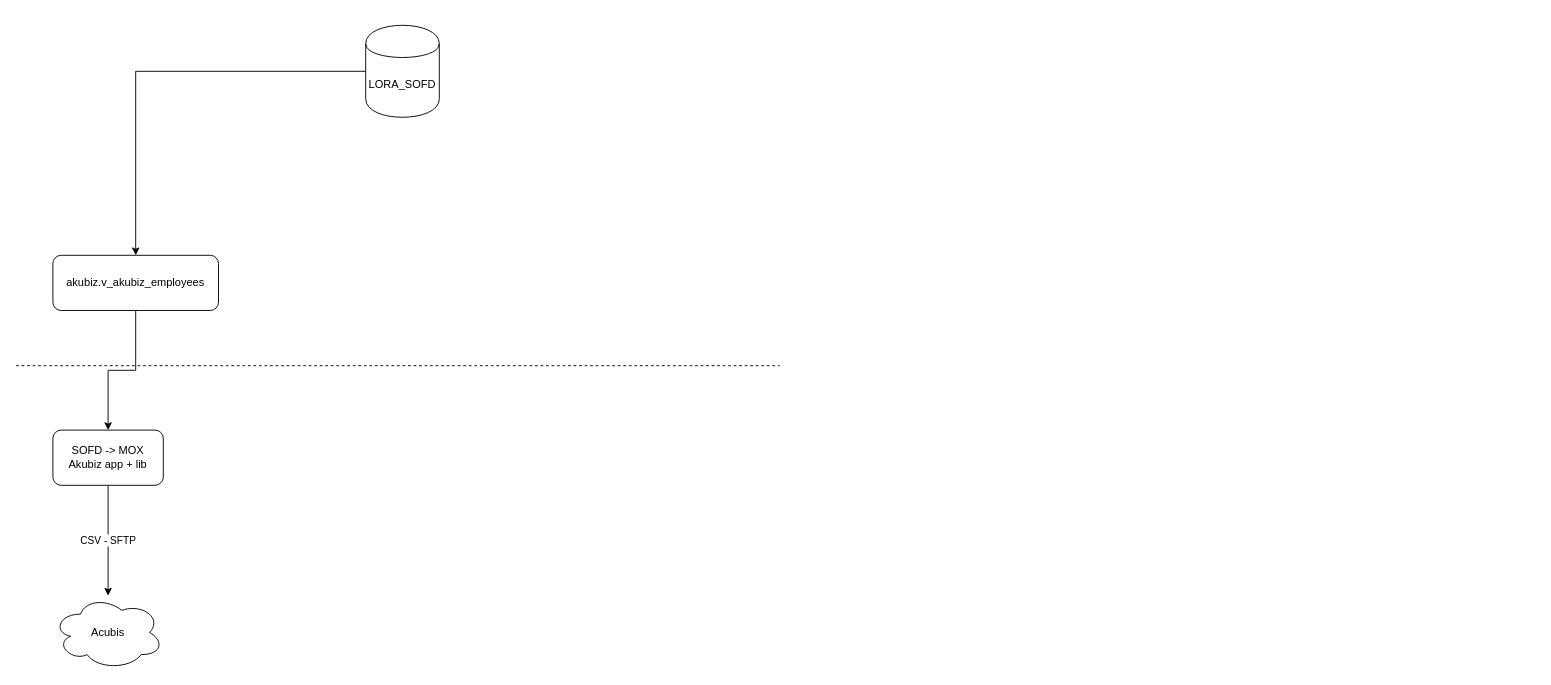
Earlier version of the draw.io diagram Overblik_over_datatræk.drawio (Skanderborg/SOFD). Source tidied: cells renumbered, new cells numbered last; positions are measured from the earlier drawing's top-left corner, leaving out a move shared by most shapes. Both pictures are drawn from the tidied source at 92%, with x=0, y=0 at pixel (16, 25).
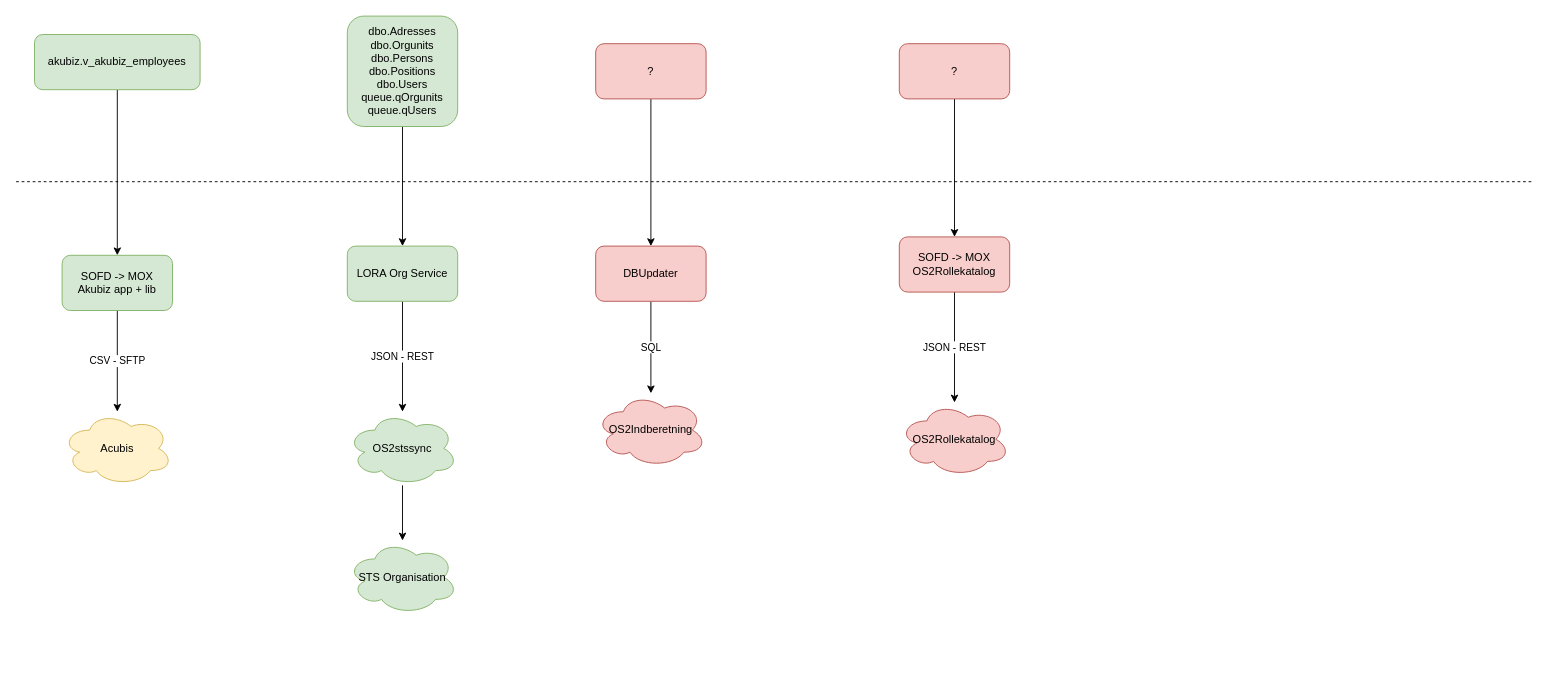
The same page after the edit.

What changed in the source:
```diff
@@
-    <mxCell id="2" style="edgeStyle=orthogonalEdgeStyle;rounded=0;jettySize=auto;html=1;entryX=0.5;entryY=0;entryDx=0;entryDy=0;" parent="1" edge="1" source="3" target="7">
-      <mxGeometry relative="1" as="geometry" />
-    </mxCell>
-    <mxCell id="3" value="LORA_SOFD" style="shape=cylinder;whiteSpace=wrap;html=1;boundedLbl=1;backgroundOutline=1;" parent="1" vertex="1">
-      <mxGeometry x="380" width="80" height="100" as="geometry" />
-    </mxCell>
     <mxCell id="4" style="endArrow=none;dashed=1;html=1;" parent="1" edge="1">
       <mxGeometry relative="1" as="geometry">
-        <mxPoint y="370" as="sourcePoint" />
-        <mxPoint x="830" y="370" as="targetPoint" />
+        <mxPoint y="170" as="sourcePoint" />
+        <mxPoint x="1650" y="170" as="targetPoint" />
       </mxGeometry>
     </mxCell>
-    <mxCell id="5" value="Acubis" style="ellipse;shape=cloud;whiteSpace=wrap;html=1;" parent="1" vertex="1">
-      <mxGeometry x="40" y="620" width="120" height="80" as="geometry" />
+    <mxCell id="5" value="Acubis" style="ellipse;shape=cloud;whiteSpace=wrap;html=1;fillColor=#fff2cc;strokeColor=#d6b656;" parent="1" vertex="1">
+      <mxGeometry x="50" y="420" width="120" height="80" as="geometry" />
     </mxCell>
@@
-    <mxCell id="7" value="akubiz.v_akubiz_employees" style="rounded=1;whiteSpace=wrap;html=1;" parent="1" vertex="1">
-      <mxGeometry x="40" y="250" width="180" height="60" as="geometry" />
+    <mxCell id="7" value="akubiz.v_akubiz_employees" style="rounded=1;whiteSpace=wrap;html=1;fillColor=#d5e8d4;strokeColor=#82b366;" parent="1" vertex="1">
+      <mxGeometry x="20" y="10" width="180" height="60" as="geometry" />
     </mxCell>
@@
-    <mxCell id="9" value="&lt;div&gt;SOFD -&amp;gt; MOX&lt;/div&gt;&lt;div&gt;Akubiz app + lib&lt;br&gt;&lt;/div&gt;" style="rounded=1;whiteSpace=wrap;html=1;" parent="1" vertex="1">
-      <mxGeometry x="40" y="440" width="120" height="60" as="geometry" />
+    <mxCell id="9" value="&lt;div&gt;SOFD -&amp;gt; MOX&lt;/div&gt;&lt;div&gt;Akubiz app + lib&lt;br&gt;&lt;/div&gt;" style="rounded=1;whiteSpace=wrap;html=1;fillColor=#d5e8d4;strokeColor=#82b366;" parent="1" vertex="1">
+      <mxGeometry x="50" y="250" width="120" height="60" as="geometry" />
     </mxCell>
+    <mxCell id="10" style="edgeStyle=orthogonalEdgeStyle;rounded=0;jettySize=auto;html=1;" parent="1" edge="1" source="11" target="15">
+      <mxGeometry relative="1" as="geometry" />
+    </mxCell>
+    <mxCell id="11" value="&lt;div&gt;dbo.Adresses&lt;/div&gt;&lt;div&gt;dbo.Orgunits&lt;/div&gt;&lt;div&gt;dbo.Persons&lt;/div&gt;&lt;div&gt;dbo.Positions&lt;/div&gt;&lt;div&gt;dbo.Users&lt;/div&gt;&lt;div&gt;queue.qOrgunits&lt;/div&gt;&lt;div&gt;queue.qUsers&lt;br&gt;&lt;/div&gt;" style="rounded=1;whiteSpace=wrap;html=1;fillColor=#d5e8d4;strokeColor=#82b366;" parent="1" vertex="1">
+      <mxGeometry x="360" y="-10" width="120" height="120" as="geometry" />
+    </mxCell>
+    <mxCell id="12" style="edgeStyle=orthogonalEdgeStyle;rounded=0;jettySize=auto;html=1;" parent="1" edge="1" source="13" target="16">
+      <mxGeometry relative="1" as="geometry" />
+    </mxCell>
+    <mxCell id="13" value="OS2stssync" style="ellipse;shape=cloud;whiteSpace=wrap;html=1;fillColor=#d5e8d4;strokeColor=#82b366;" parent="1" vertex="1">
+      <mxGeometry x="360" y="420" width="120" height="80" as="geometry" />
+    </mxCell>
+    <mxCell id="14" value="JSON - REST" style="edgeStyle=orthogonalEdgeStyle;rounded=0;jettySize=auto;html=1;" parent="1" edge="1" source="15" target="13">
+      <mxGeometry relative="1" as="geometry" />
+    </mxCell>
+    <mxCell id="15" value="LORA Org Service" style="rounded=1;whiteSpace=wrap;html=1;fillColor=#d5e8d4;strokeColor=#82b366;" parent="1" vertex="1">
+      <mxGeometry x="360" y="240" width="120" height="60" as="geometry" />
+    </mxCell>
+    <mxCell id="16" value="STS Organisation" style="ellipse;shape=cloud;whiteSpace=wrap;html=1;fillColor=#d5e8d4;strokeColor=#82b366;" parent="1" vertex="1">
+      <mxGeometry x="360" y="560" width="120" height="80" as="geometry" />
+    </mxCell>
+    <mxCell id="17" style="edgeStyle=orthogonalEdgeStyle;rounded=0;jettySize=auto;html=1;" parent="1" edge="1" source="18" target="20">
+      <mxGeometry relative="1" as="geometry" />
+    </mxCell>
+    <mxCell id="18" value="?" style="rounded=1;whiteSpace=wrap;html=1;fillColor=#f8cecc;strokeColor=#b85450;" parent="1" vertex="1">
+      <mxGeometry x="630" y="20" width="120" height="60" as="geometry" />
+    </mxCell>
+    <mxCell id="19" value="SQL" style="edgeStyle=orthogonalEdgeStyle;rounded=0;jettySize=auto;html=1;" parent="1" edge="1" source="20" target="21">
+      <mxGeometry relative="1" as="geometry" />
+    </mxCell>
+    <mxCell id="20" value="DBUpdater" style="rounded=1;whiteSpace=wrap;html=1;fillColor=#f8cecc;strokeColor=#b85450;" parent="1" vertex="1">
+      <mxGeometry x="630" y="240" width="120" height="60" as="geometry" />
+    </mxCell>
+    <mxCell id="21" value="OS2Indberetning" style="ellipse;shape=cloud;whiteSpace=wrap;html=1;fillColor=#f8cecc;strokeColor=#b85450;" parent="1" vertex="1">
+      <mxGeometry x="630" y="400" width="120" height="80" as="geometry" />
+    </mxCell>
+    <mxCell id="22" style="edgeStyle=orthogonalEdgeStyle;rounded=0;jettySize=auto;html=1;" parent="1" edge="1" source="23" target="25">
+      <mxGeometry relative="1" as="geometry" />
+    </mxCell>
+    <mxCell id="23" value="?" style="rounded=1;whiteSpace=wrap;html=1;fillColor=#f8cecc;strokeColor=#b85450;" parent="1" vertex="1">
+      <mxGeometry x="960" y="20" width="120" height="60" as="geometry" />
+    </mxCell>
+    <mxCell id="24" value="JSON - REST" style="edgeStyle=orthogonalEdgeStyle;rounded=0;jettySize=auto;html=1;" parent="1" edge="1" source="25" target="26">
+      <mxGeometry relative="1" as="geometry" />
+    </mxCell>
+    <mxCell id="25" value="&lt;div&gt;SOFD -&amp;gt; MOX&lt;/div&gt;&lt;div&gt;OS2Rollekatalog&lt;br&gt;&lt;/div&gt;" style="rounded=1;whiteSpace=wrap;html=1;fillColor=#f8cecc;strokeColor=#b85450;" parent="1" vertex="1">
+      <mxGeometry x="960" y="230" width="120" height="60" as="geometry" />
+    </mxCell>
+    <mxCell id="26" value="OS2Rollekatalog" style="ellipse;shape=cloud;whiteSpace=wrap;html=1;fillColor=#f8cecc;strokeColor=#b85450;" parent="1" vertex="1">
+      <mxGeometry x="960" y="410" width="120" height="80" as="geometry" />
+    </mxCell>
```
